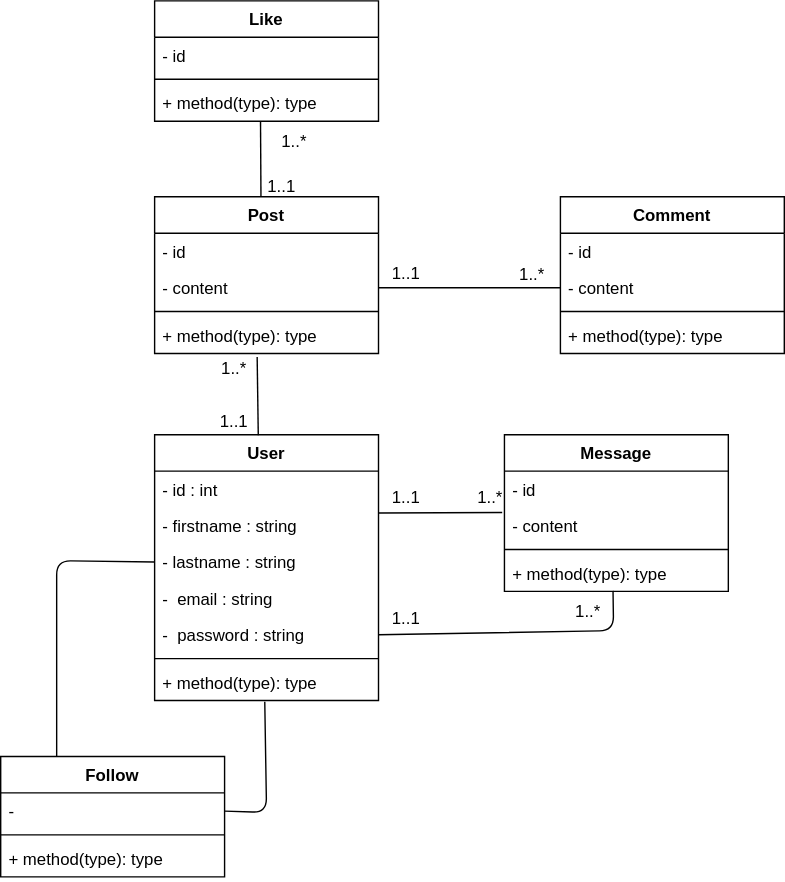
This is Conception/DCLASSE.drawio.svg from abdelalicode/Youconnect, a draw.io export, as it was before one commit. Source tidied: cells renumbered, new cells last; positions are measured from the earlier drawing's top-left corner, leaving out a move shared by most shapes.
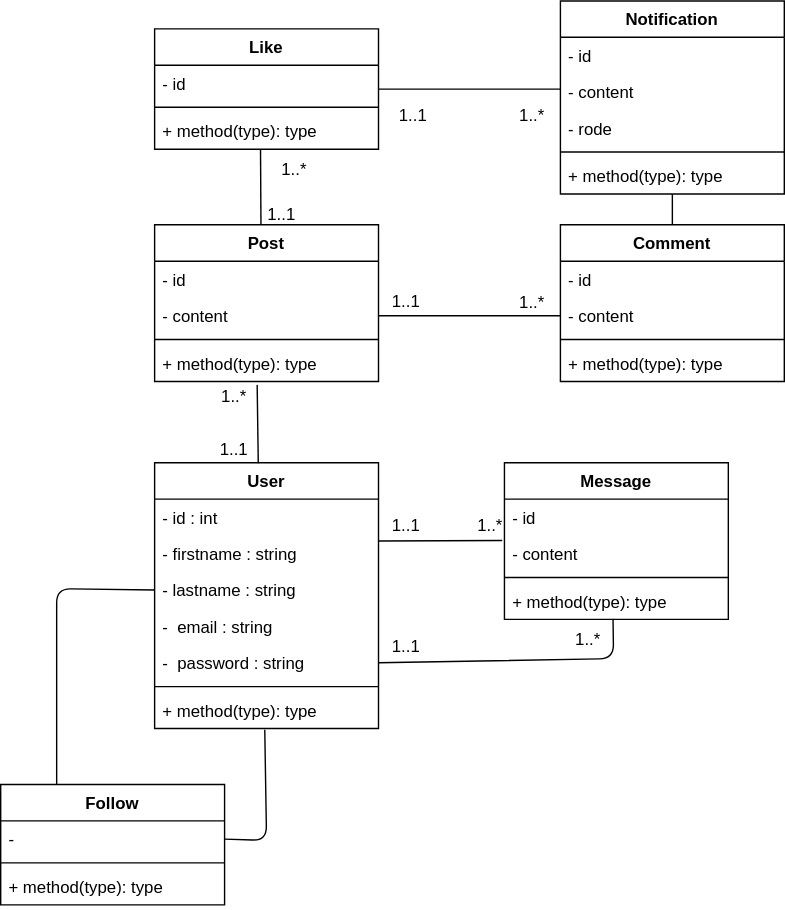
The same file after the commit.

Change to the diagram source:
```diff
@@ -162,5 +162,35 @@
     <mxCell id="49" value="1..1" style="text;html=1;strokeColor=none;fillColor=none;align=center;verticalAlign=middle;whiteSpace=wrap;rounded=0;" parent="1" vertex="1">
       <mxGeometry x="260" y="432" width="60" height="20" as="geometry" />
     </mxCell>
+    <mxCell id="50" value="Notification" style="swimlane;fontStyle=1;align=center;verticalAlign=top;horizontal=1;startSize=26;" parent="1" vertex="1">
+      <mxGeometry x="400" y="-20" width="160" height="138" as="geometry" />
+    </mxCell>
+    <mxCell id="51" value="- id" style="text;strokeColor=none;fillColor=none;align=left;verticalAlign=top;spacingLeft=4;spacingRight=4;overflow=hidden;" parent="50" vertex="1">
+      <mxGeometry y="26" width="160" height="26" as="geometry" />
+    </mxCell>
+    <mxCell id="52" value="- content" style="text;strokeColor=none;fillColor=none;align=left;verticalAlign=top;spacingLeft=4;spacingRight=4;overflow=hidden;" parent="50" vertex="1">
+      <mxGeometry y="52" width="160" height="26" as="geometry" />
+    </mxCell>
+    <mxCell id="53" value="- rode" style="text;strokeColor=none;fillColor=none;align=left;verticalAlign=top;spacingLeft=4;spacingRight=4;overflow=hidden;" parent="50" vertex="1">
+      <mxGeometry y="78" width="160" height="26" as="geometry" />
+    </mxCell>
+    <mxCell id="54" style="line;strokeWidth=1;fillColor=none;align=left;verticalAlign=middle;spacingTop=-1;spacingLeft=3;spacingRight=3;labelPosition=right;strokeColor=inherit;" parent="50" vertex="1">
+      <mxGeometry y="104" width="160" height="8" as="geometry" />
+    </mxCell>
+    <mxCell id="55" value="+ method(type): type" style="text;strokeColor=none;fillColor=none;align=left;verticalAlign=top;spacingLeft=4;spacingRight=4;overflow=hidden;points=[[0,0.5],[1,0.5]];portConstraint=eastwest;" parent="50" vertex="1">
+      <mxGeometry y="112" width="160" height="26" as="geometry" />
+    </mxCell>
+    <mxCell id="56" style="line;strokeWidth=1;fillColor=none;align=left;verticalAlign=middle;spacingTop=-1;spacingLeft=3;spacingRight=3;labelPosition=right;strokeColor=inherit;" parent="1" vertex="1">
+      <mxGeometry x="270" y="39" width="130" height="8" as="geometry" />
+    </mxCell>
+    <mxCell id="57" style="endArrow=none;html=1;" parent="1" edge="1" source="11" target="55">
+      <mxGeometry relative="1" as="geometry" />
+    </mxCell>
+    <mxCell id="58" value="1..*" style="text;html=1;strokeColor=none;fillColor=none;align=center;verticalAlign=middle;whiteSpace=wrap;rounded=0;" parent="1" vertex="1">
+      <mxGeometry x="350" y="47" width="60" height="30" as="geometry" />
+    </mxCell>
+    <mxCell id="59" value="1..1" style="text;html=1;strokeColor=none;fillColor=none;align=center;verticalAlign=middle;whiteSpace=wrap;rounded=0;" parent="1" vertex="1">
+      <mxGeometry x="265" y="47" width="60" height="30" as="geometry" />
+    </mxCell>
   </root>
 </mxGraphModel>
```
